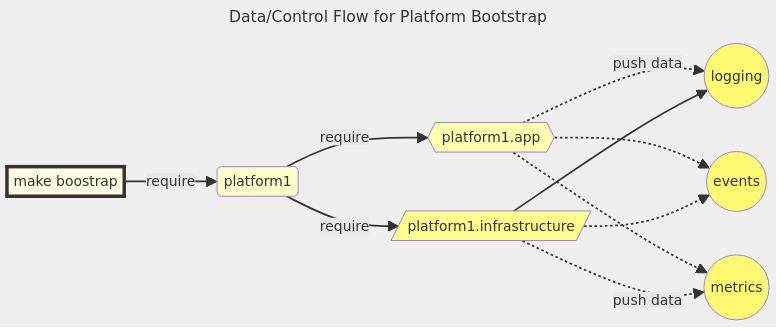
elo-enterprises/k8s-tools keeps this Mermaid diagram as docs/example-platform-1.png. Above is the earlier version. Its source is kept beside it as docs/example-platform-1.mmd.
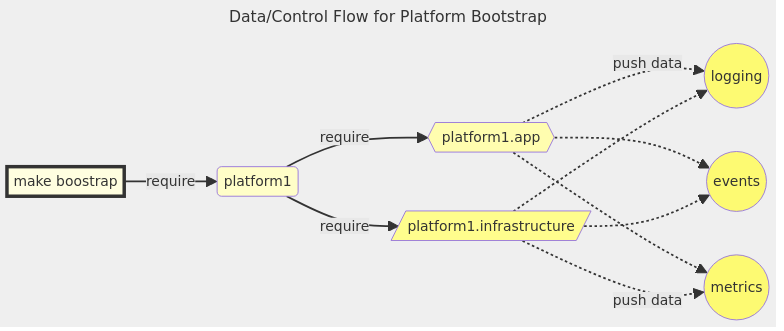
After the commit.

Commit message:
refresh diagrams

Change to the diagram source:
```diff
@@ -5,7 +5,7 @@
   M[make boostrap] -->  |require| p1(platform1) -->|require| platform1.app
   p1 -->|require| platform1.infrastructure
 platform1.app{{platform1.app}} -.->|push data| logging((logging))
-platform1.infrastructure[/platform1.infrastructure/] --> logging
+platform1.infrastructure[/platform1.infrastructure/] -.-> logging
 platform1.app -.->events((events))
 platform1.infrastructure -.-> events
 platform1.app -.-> metrics((metrics))
```
